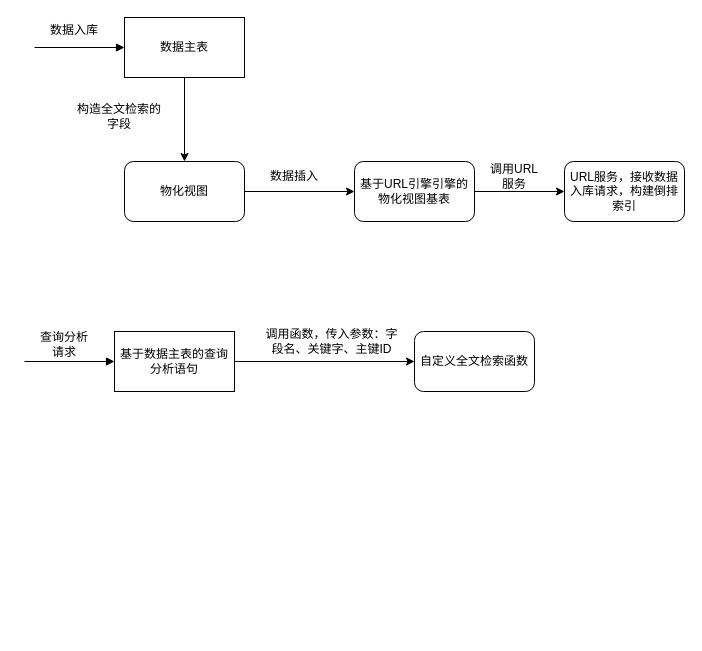
The draw.io diagram page "第 3 页" (3 of 3) of dame2024/zl.drawio in zcw5116/drawIO, before the edit. Source tidied: cells renumbered, new cells numbered last; positions are measured from the earlier drawing's top-left corner, leaving out a move shared by most shapes. Both pictures are drawn from the tidied source at 100%, with x=0, y=0 at pixel (24, 17).
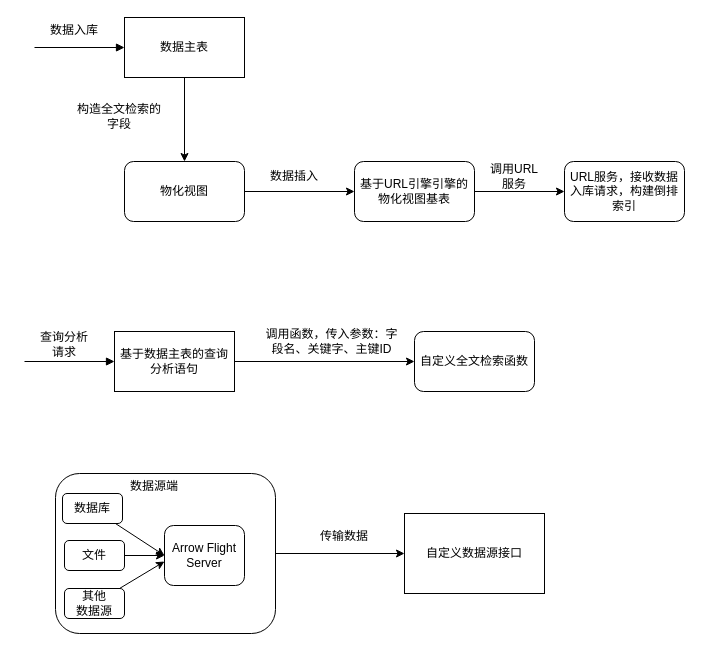
The same diagram, later.

What changed in the source:
```diff
@@
+    <mxCell id="20" style="edgeStyle=orthogonalEdgeStyle;rounded=0;jettySize=auto;html=1;entryX=0;entryY=0.5;entryDx=0;entryDy=0;" parent="1" edge="1" source="21" target="22">
+      <mxGeometry relative="1" as="geometry" />
+    </mxCell>
+    <mxCell id="21" style="rounded=1;whiteSpace=wrap;html=1;" parent="1" vertex="1">
+      <mxGeometry x="31" y="456" width="220" height="160" as="geometry" />
+    </mxCell>
@@
+    <mxCell id="22" value="&lt;div class=&quot;lake-content&quot;&gt;&lt;span class=&quot;ne-text&quot;&gt;自定义数据源接口&lt;/span&gt;&lt;/div&gt;" style="rounded=0;whiteSpace=wrap;html=1;" parent="1" vertex="1">
+      <mxGeometry x="380" y="496" width="140" height="80" as="geometry" />
+    </mxCell>
+    <mxCell id="23" value="Arrow Flight Server" style="rounded=1;whiteSpace=wrap;html=1;" parent="1" vertex="1">
+      <mxGeometry x="140" y="508" width="80" height="60" as="geometry" />
+    </mxCell>
+    <mxCell id="24" value="数据源端" style="text;html=1;align=center;verticalAlign=middle;whiteSpace=wrap;rounded=0;" parent="1" vertex="1">
+      <mxGeometry x="100" y="454" width="60" height="30" as="geometry" />
+    </mxCell>
+    <mxCell id="25" style="rounded=0;jettySize=auto;html=1;entryX=0;entryY=0.5;entryDx=0;entryDy=0;" parent="1" edge="1" source="26" target="23">
+      <mxGeometry relative="1" as="geometry" />
+    </mxCell>
+    <mxCell id="26" value="数据库" style="rounded=1;whiteSpace=wrap;html=1;" parent="1" vertex="1">
+      <mxGeometry x="38" y="476" width="60" height="30" as="geometry" />
+    </mxCell>
+    <mxCell id="27" style="edgeStyle=orthogonalEdgeStyle;rounded=0;jettySize=auto;html=1;" parent="1" edge="1" source="28" target="23">
+      <mxGeometry relative="1" as="geometry" />
+    </mxCell>
+    <mxCell id="28" value="文件" style="rounded=1;whiteSpace=wrap;html=1;" parent="1" vertex="1">
+      <mxGeometry x="40" y="523" width="60" height="30" as="geometry" />
+    </mxCell>
+    <mxCell id="29" style="rounded=0;jettySize=auto;html=1;" parent="1" edge="1" source="30">
+      <mxGeometry relative="1" as="geometry">
+        <mxPoint x="140" y="544" as="targetPoint" />
+      </mxGeometry>
+    </mxCell>
+    <mxCell id="30" value="其他&lt;div&gt;数据源&lt;/div&gt;" style="rounded=1;whiteSpace=wrap;html=1;" parent="1" vertex="1">
+      <mxGeometry x="40" y="571" width="60" height="30" as="geometry" />
+    </mxCell>
+    <mxCell id="31" value="传输数据" style="text;html=1;align=center;verticalAlign=middle;whiteSpace=wrap;rounded=0;" parent="1" vertex="1">
+      <mxGeometry x="290" y="504" width="60" height="30" as="geometry" />
+    </mxCell>
```
